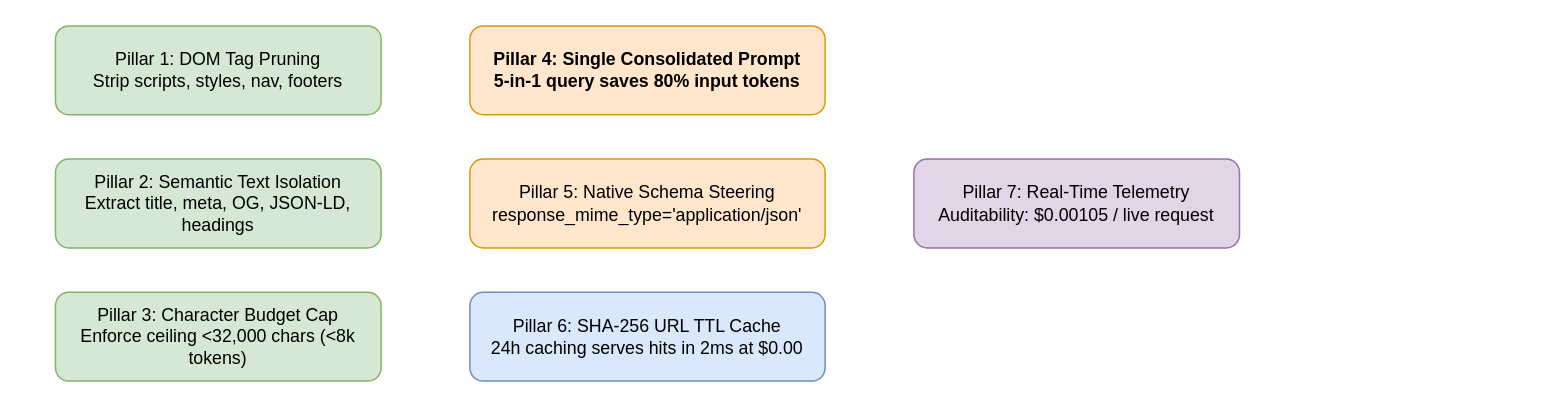
This is docs/diagrams/token-optimization-pipeline.drawio from piyushmakhija28/ai-link-analysis, a draw.io file, before an edit. Source tidied: cells renumbered, new cells numbered last; positions are measured from the earlier drawing's top-left corner, leaving out a move shared by most shapes. Both pictures are drawn from the tidied source at 148%, with x=0, y=0 at pixel (55, 25).
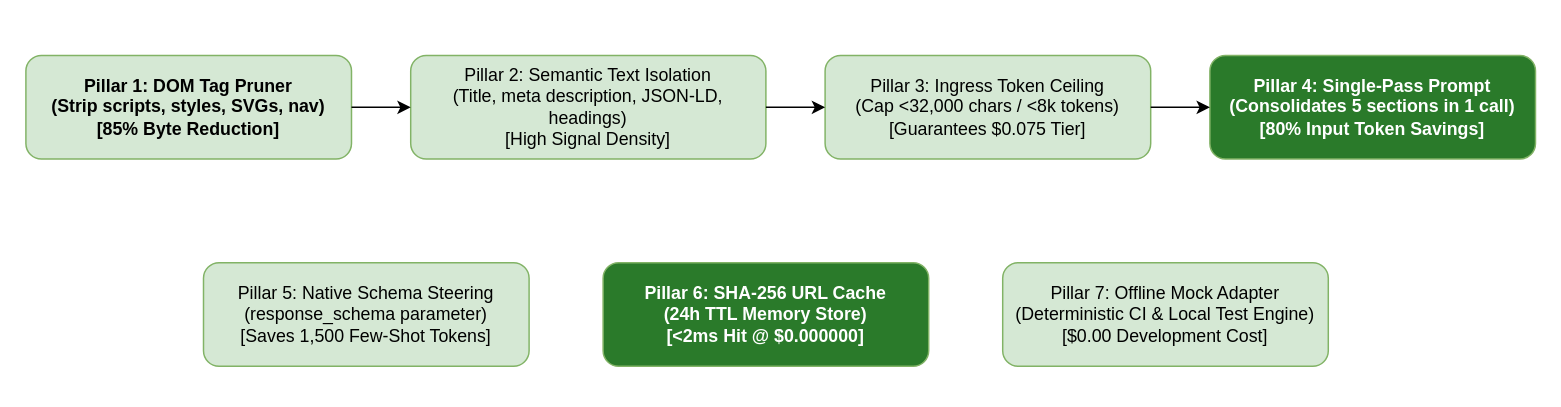
Above is the later version.

What changed in the source:
```diff
@@
 <mxGraphModel>
   <root>
     <mxCell id="0" />
     <mxCell id="1" parent="0" />
-    <mxCell id="2" value="Pillar 1: DOM Tag Pruning&#10;Strip scripts, styles, nav, footers" style="rounded=1;whiteSpace=wrap;html=1;fillColor=#d5e8d4;strokeColor=#82b366;" parent="1" vertex="1">
-      <mxGeometry width="220" height="60" as="geometry" />
+    <mxCell id="2" value="Pillar 1: DOM Tag Pruner&#10;(Strip scripts, styles, SVGs, nav)&#10;[85% Byte Reduction]" style="rounded=1;whiteSpace=wrap;html=1;fillColor=#d5e8d4;strokeColor=#82b366;fontStyle=1;" parent="1" vertex="1">
+      <mxGeometry x="-20" y="20" width="220" height="70" as="geometry" />
     </mxCell>
-    <mxCell id="3" value="Pillar 2: Semantic Text Isolation&#10;Extract title, meta, OG, JSON-LD, headings" style="rounded=1;whiteSpace=wrap;html=1;fillColor=#d5e8d4;strokeColor=#82b366;" parent="1" vertex="1">
-      <mxGeometry y="90" width="220" height="60" as="geometry" />
+    <mxCell id="3" value="Pillar 2: Semantic Text Isolation&#10;(Title, meta description, JSON-LD, headings)&#10;[High Signal Density]" style="rounded=1;whiteSpace=wrap;html=1;fillColor=#d5e8d4;strokeColor=#82b366;" parent="1" vertex="1">
+      <mxGeometry x="240" y="20" width="240" height="70" as="geometry" />
     </mxCell>
-    <mxCell id="4" value="Pillar 3: Character Budget Cap&#10;Enforce ceiling &lt;32,000 chars (&lt;8k tokens)" style="rounded=1;whiteSpace=wrap;html=1;fillColor=#d5e8d4;strokeColor=#82b366;" parent="1" vertex="1">
-      <mxGeometry y="180" width="220" height="60" as="geometry" />
+    <mxCell id="4" value="Pillar 3: Ingress Token Ceiling&#10;(Cap &lt;32,000 chars / &lt;8k tokens)&#10;[Guarantees $0.075 Tier]" style="rounded=1;whiteSpace=wrap;html=1;fillColor=#d5e8d4;strokeColor=#82b366;" parent="1" vertex="1">
+      <mxGeometry x="520" y="20" width="220" height="70" as="geometry" />
     </mxCell>
-    <mxCell id="5" value="Pillar 4: Single Consolidated Prompt&#10;5-in-1 query saves 80% input tokens" style="rounded=1;whiteSpace=wrap;html=1;fillColor=#ffe6cc;strokeColor=#d79b00;fontStyle=1;" parent="1" vertex="1">
-      <mxGeometry x="280" width="240" height="60" as="geometry" />
+    <mxCell id="5" value="Pillar 4: Single-Pass Prompt&#10;(Consolidates 5 sections in 1 call)&#10;[80% Input Token Savings]" style="rounded=1;whiteSpace=wrap;html=1;fillColor=#2A7A2A;strokeColor=#82b366;fontColor=#ffffff;fontStyle=1;" parent="1" vertex="1">
+      <mxGeometry x="780" y="20" width="220" height="70" as="geometry" />
     </mxCell>
-    <mxCell id="6" value="Pillar 5: Native Schema Steering&#10;response_mime_type='application/json'" style="rounded=1;whiteSpace=wrap;html=1;fillColor=#ffe6cc;strokeColor=#d79b00;" parent="1" vertex="1">
-      <mxGeometry x="280" y="90" width="240" height="60" as="geometry" />
+    <mxCell id="6" value="Pillar 5: Native Schema Steering&#10;(response_schema parameter)&#10;[Saves 1,500 Few-Shot Tokens]" style="rounded=1;whiteSpace=wrap;html=1;fillColor=#d5e8d4;strokeColor=#82b366;" parent="1" vertex="1">
+      <mxGeometry x="100" y="160" width="220" height="70" as="geometry" />
     </mxCell>
-    <mxCell id="7" value="Pillar 6: SHA-256 URL TTL Cache&#10;24h caching serves hits in 2ms at $0.00" style="rounded=1;whiteSpace=wrap;html=1;fillColor=#dae8fc;strokeColor=#6c8ebf;" parent="1" vertex="1">
-      <mxGeometry x="280" y="180" width="240" height="60" as="geometry" />
+    <mxCell id="7" value="Pillar 6: SHA-256 URL Cache&#10;(24h TTL Memory Store)&#10;[&lt;2ms Hit @ $0.000000]" style="rounded=1;whiteSpace=wrap;html=1;fillColor=#2A7A2A;strokeColor=#82b366;fontColor=#ffffff;fontStyle=1;" parent="1" vertex="1">
+      <mxGeometry x="370" y="160" width="220" height="70" as="geometry" />
     </mxCell>
-    <mxCell id="8" value="Pillar 7: Real-Time Telemetry&#10;Auditability: $0.00105 / live request" style="rounded=1;whiteSpace=wrap;html=1;fillColor=#e1d5e7;strokeColor=#9673a6;" parent="1" vertex="1">
-      <mxGeometry x="580" y="90" width="220" height="60" as="geometry" />
+    <mxCell id="8" value="Pillar 7: Offline Mock Adapter&#10;(Deterministic CI &amp; Local Test Engine)&#10;[$0.00 Development Cost]" style="rounded=1;whiteSpace=wrap;html=1;fillColor=#d5e8d4;strokeColor=#82b366;" parent="1" vertex="1">
+      <mxGeometry x="640" y="160" width="220" height="70" as="geometry" />
     </mxCell>
+    <mxCell id="9" style="edgeStyle=orthogonalEdgeStyle;rounded=0;html=1;" parent="1" edge="1" source="2" target="3">
+      <mxGeometry relative="1" as="geometry" />
+    </mxCell>
+    <mxCell id="10" style="edgeStyle=orthogonalEdgeStyle;rounded=0;html=1;" parent="1" edge="1" source="3" target="4">
+      <mxGeometry relative="1" as="geometry" />
+    </mxCell>
+    <mxCell id="11" style="edgeStyle=orthogonalEdgeStyle;rounded=0;html=1;" parent="1" edge="1" source="4" target="5">
+      <mxGeometry relative="1" as="geometry" />
+    </mxCell>
   </root>
 </mxGraphModel>
```
